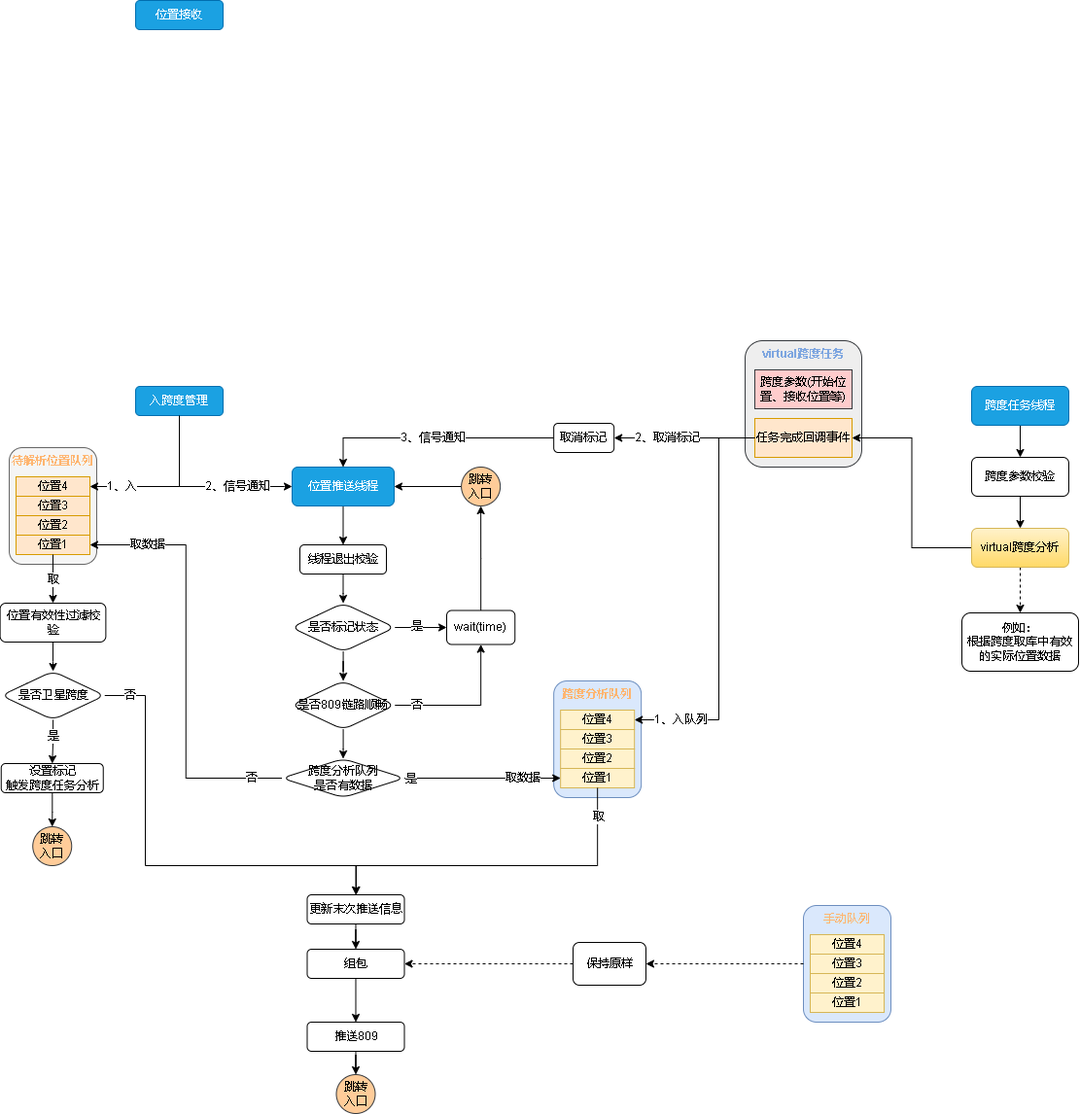
Earlier version of the draw.io export 809数据跨度.drawio.png (xktder/draw). Source tidied: cells renumbered, new cells last; positions are measured from the earlier drawing's top-left corner, leaving out a move shared by most shapes.
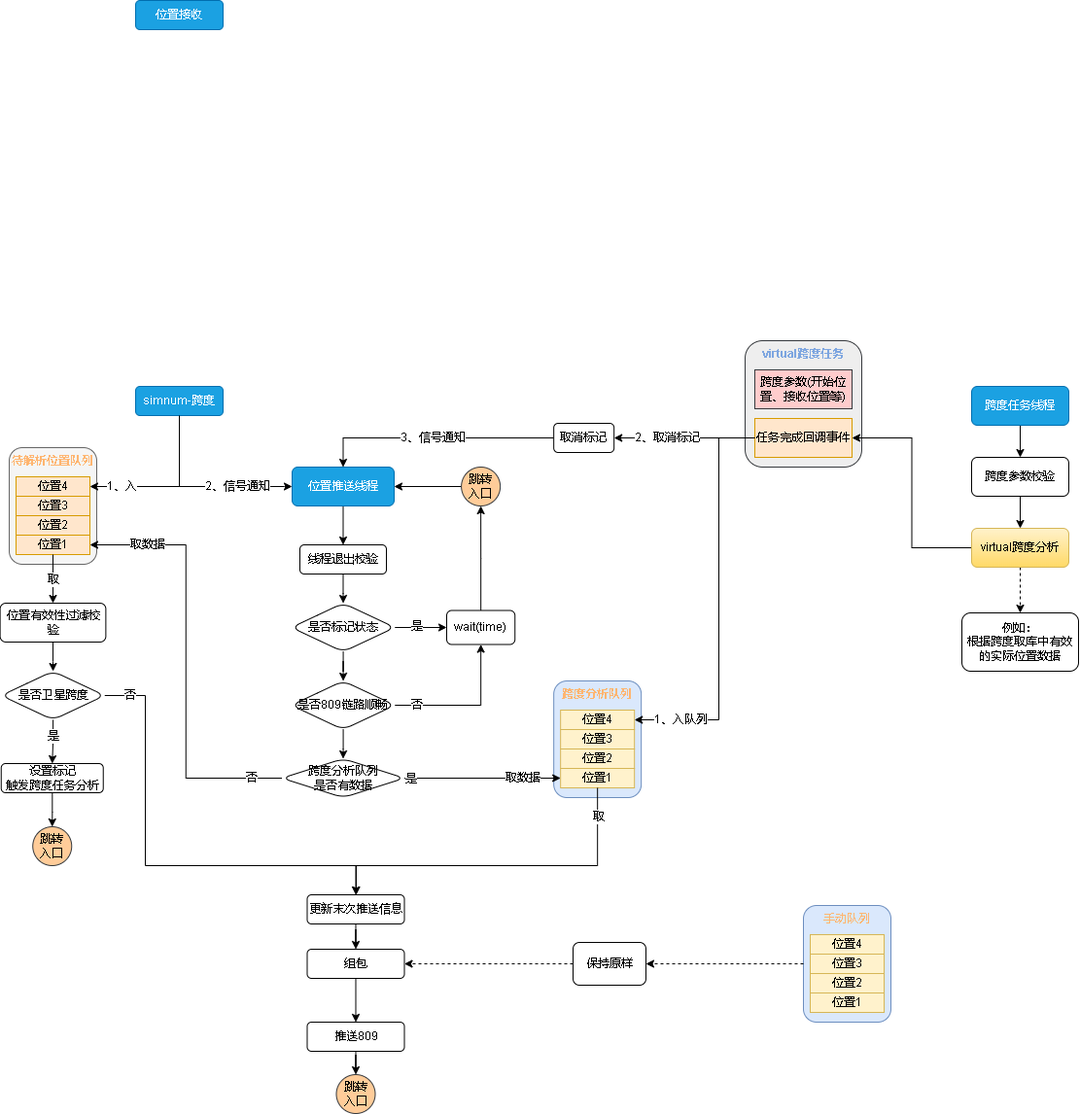
The same file after the commit.

Commit message:
更新809数据跨度.drawio.png

Change to the diagram source:
```diff
@@ -15,7 +15,7 @@
         <mxPoint x="-25" as="offset" />
       </mxGeometry>
     </mxCell>
-    <mxCell id="4" value="入跨度管理" style="rounded=1;whiteSpace=wrap;html=1;fillColor=#1ba1e2;fontColor=#ffffff;strokeColor=#006EAF;" parent="1" vertex="1">
+    <mxCell id="4" value="simnum-跨度" style="rounded=1;whiteSpace=wrap;html=1;fillColor=#1ba1e2;fontColor=#ffffff;strokeColor=#006EAF;" parent="1" vertex="1">
       <mxGeometry x="139" y="397" width="90" height="30" as="geometry" />
     </mxCell>
     <mxCell id="5" style="group;" parent="1" vertex="1">
```
